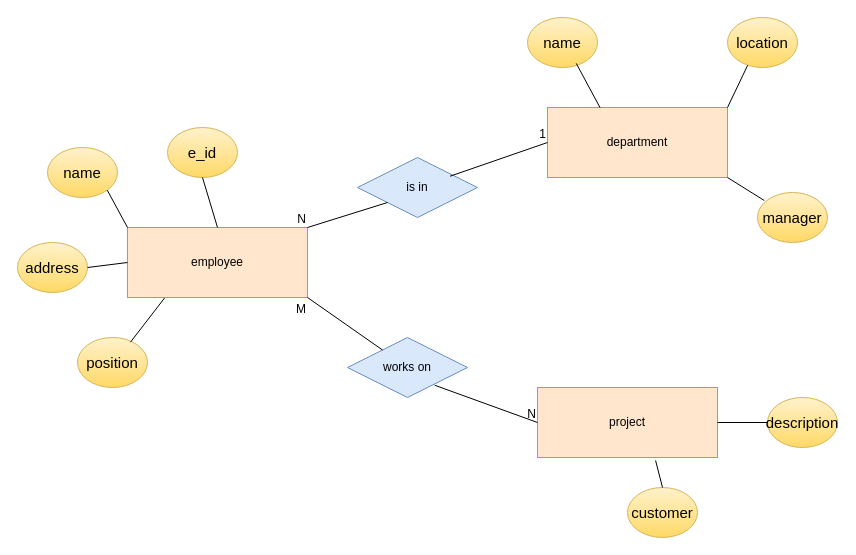
SyedSiddiqShakir/msc_iot_academic keeps this draw.io diagram as lsdp_l1_erm.drawio. Above is the earlier version. Source tidied: cells renumbered, new cells numbered last; positions are measured from the earlier drawing's top-left corner, leaving out a move shared by most shapes. Both pictures are drawn from the tidied source at 100%, with x=0, y=0 at pixel (17, 17).
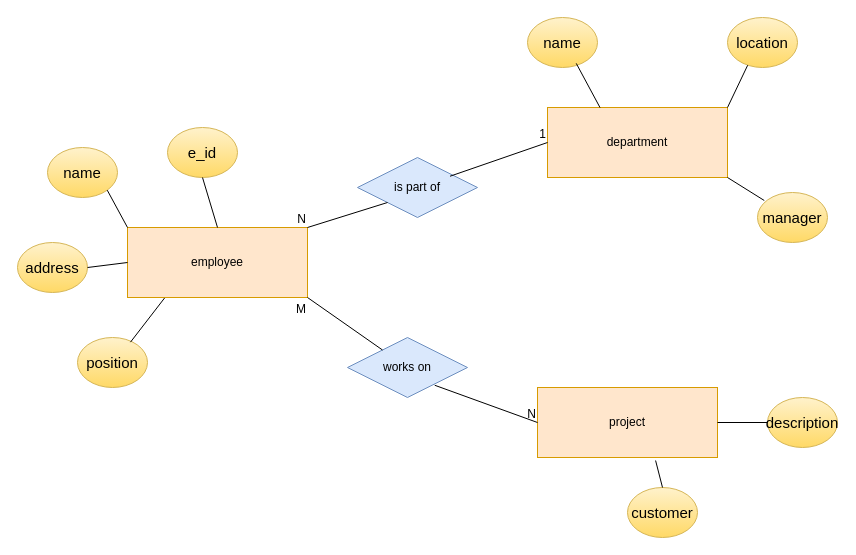
After the change.

Change to the diagram source:
```diff
@@
-    <mxCell id="11" value="is in" style="shape=rhombus;perimeter=rhombusPerimeter;whiteSpace=wrap;html=1;align=center;fillColor=#dae8fc;strokeColor=#6c8ebf;" parent="1" vertex="1">
+    <mxCell id="11" value="is part of" style="shape=rhombus;perimeter=rhombusPerimeter;whiteSpace=wrap;html=1;align=center;fillColor=#dae8fc;strokeColor=#6c8ebf;" parent="1" vertex="1">
       <mxGeometry x="340" y="140" width="120" height="60" as="geometry" />
     </mxCell>
```
